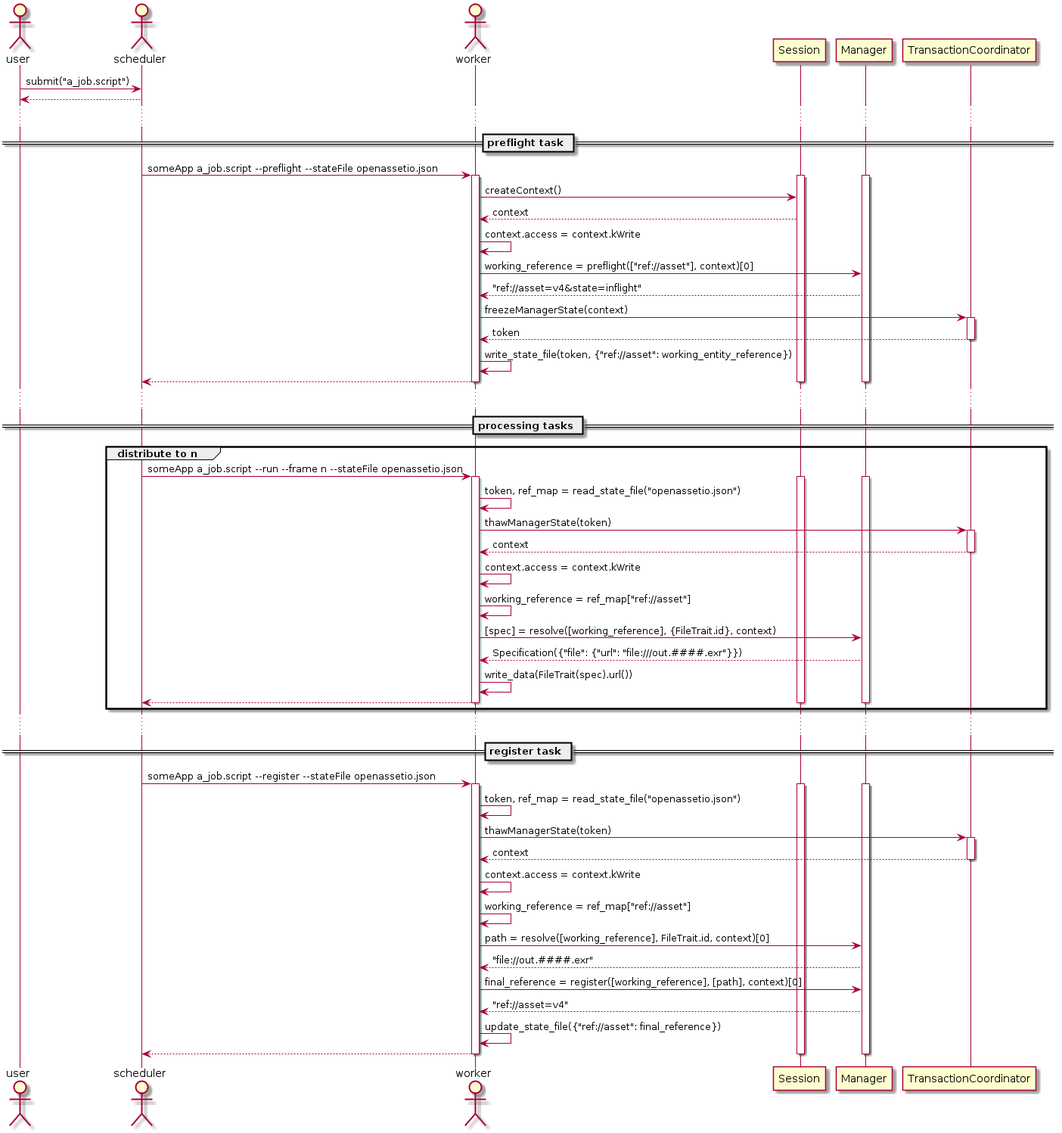
Above: docs/inline_umlgraph_2.png in OpenAssetIO/OpenAssetIO (PlantUML), before the change. Source of this version:
```plantuml
@startuml
actor user
actor scheduler
actor worker
user -> scheduler : submit("a_job.script")
scheduler --> user :
...
== preflight task ==
scheduler -> worker : someApp a_job.script ~--preflight --stateFile openassetio.json
activate worker
activate Session
activate Manager
worker -> Session : createContext()
Session --> worker : context
worker -> worker : context.access = context.kWrite
worker -> Manager : working_reference = preflight(["ref://asset"], context)[0]
Manager --> worker : "ref://asset=v4&state=inflight"
worker -> TransactionCoordinator : freezeManagerState(context)
activate TransactionCoordinator
TransactionCoordinator --> worker : token
deactivate TransactionCoordinator
worker -> worker : write_state_file(token, {"ref://asset": working_entity_reference})
worker --> scheduler
deactivate Session
deactivate Manager
deactivate worker
...
== processing tasks ==
group distribute to n
    scheduler -> worker : someApp a_job.script ~--run ~--frame n --stateFile openassetio.json
    activate worker
    activate Session
    activate Manager
    worker -> worker : token, ref_map = read_state_file("openassetio.json")
    worker -> TransactionCoordinator : thawManagerState(token)
    activate TransactionCoordinator
    TransactionCoordinator --> worker : context
    deactivate TransactionCoordinator
    worker -> worker : context.access = context.kWrite
    worker -> worker : working_reference = ref_map["ref://asset"]
    worker -> Manager : [spec] = resolve([working_reference], {FileTrait.id}, context)
    Manager --> worker : Specification({"file": {"url": "file:///out.####.exr"}})
    worker -> worker : write_data(FileTrait(spec).url())
    worker --> scheduler
    deactivate Session
    deactivate Manager
    deactivate worker
end
...
== register task ==
scheduler -> worker : someApp a_job.script ~--register --stateFile openassetio.json
activate worker
activate Session
activate Manager
worker -> worker : token, ref_map = read_state_file("openassetio.json")
worker -> TransactionCoordinator : thawManagerState(token)
activate TransactionCoordinator
TransactionCoordinator --> worker : context
deactivate TransactionCoordinator
worker -> worker : context.access = context.kWrite
worker -> worker : working_reference = ref_map["ref://asset"]
worker -> Manager : path = resolve([working_reference], FileTrait.id, context)[0]
Manager --> worker : "file://out.####.exr"
worker -> Manager : final_reference = register([working_reference], [path], context)[0]
Manager --> worker : "ref://asset=v4"
worker -> worker : update_state_file({"ref://asset": final_reference})
worker --> scheduler
deactivate Session
deactivate Manager
deactivate worker
@enduml
```
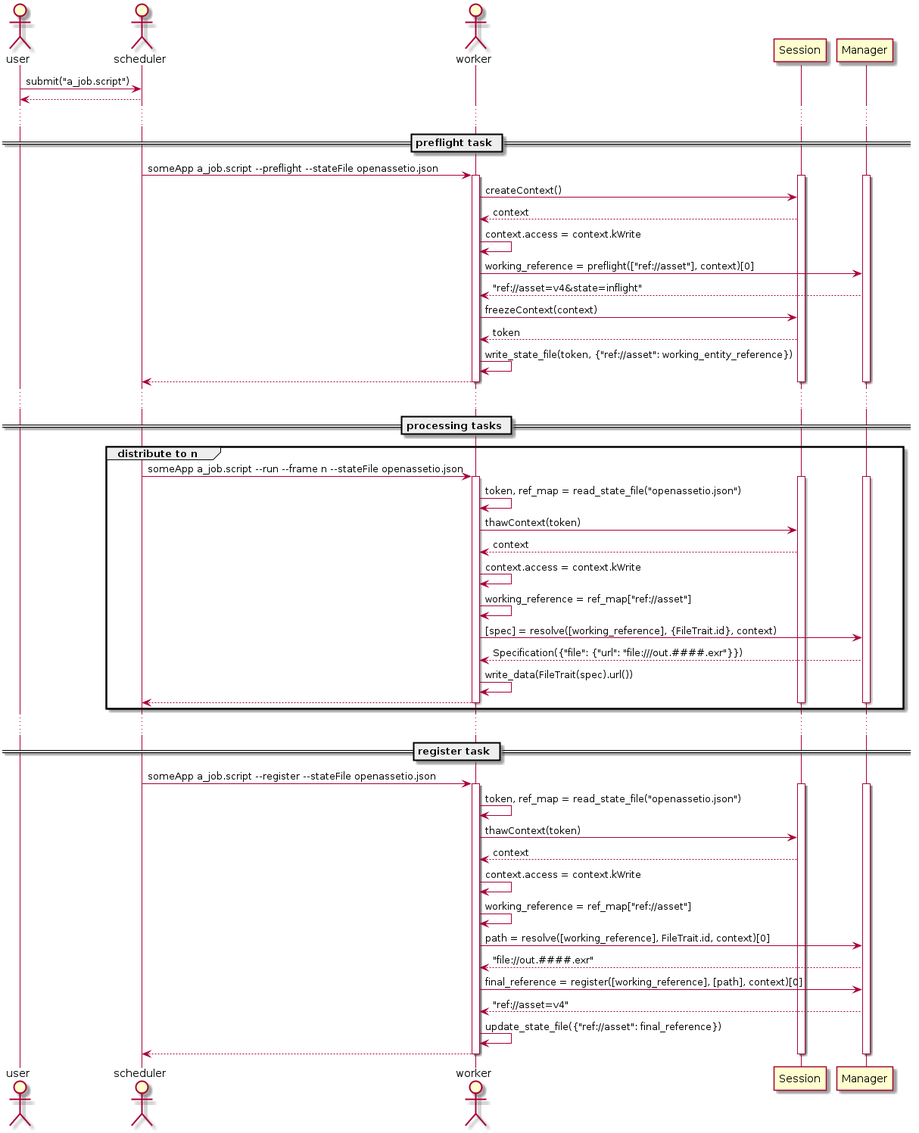
After the change.

What changed in the source:
```diff
@@ -15,10 +15,8 @@
 worker -> worker : context.access = context.kWrite
 worker -> Manager : working_reference = preflight(["ref://asset"], context)[0]
 Manager --> worker : "ref://asset=v4&state=inflight"
-worker -> TransactionCoordinator : freezeManagerState(context)
-activate TransactionCoordinator
-TransactionCoordinator --> worker : token
-deactivate TransactionCoordinator
+worker -> Session : freezeContext(context)
+Session --> worker : token
 worker -> worker : write_state_file(token, {"ref://asset": working_entity_reference})
 worker --> scheduler
 deactivate Session
@@ -32,10 +30,8 @@
     activate Session
     activate Manager
     worker -> worker : token, ref_map = read_state_file("openassetio.json")
-    worker -> TransactionCoordinator : thawManagerState(token)
-    activate TransactionCoordinator
-    TransactionCoordinator --> worker : context
-    deactivate TransactionCoordinator
+    worker -> Session : thawContext(token)
+    Session --> worker : context
     worker -> worker : context.access = context.kWrite
     worker -> worker : working_reference = ref_map["ref://asset"]
     worker -> Manager : [spec] = resolve([working_reference], {FileTrait.id}, context)
@@ -53,10 +49,8 @@
 activate Session
 activate Manager
 worker -> worker : token, ref_map = read_state_file("openassetio.json")
-worker -> TransactionCoordinator : thawManagerState(token)
-activate TransactionCoordinator
-TransactionCoordinator --> worker : context
-deactivate TransactionCoordinator
+worker -> Session : thawContext(token)
+Session --> worker : context
 worker -> worker : context.access = context.kWrite
 worker -> worker : working_reference = ref_map["ref://asset"]
 worker -> Manager : path = resolve([working_reference], FileTrait.id, context)[0]
```
